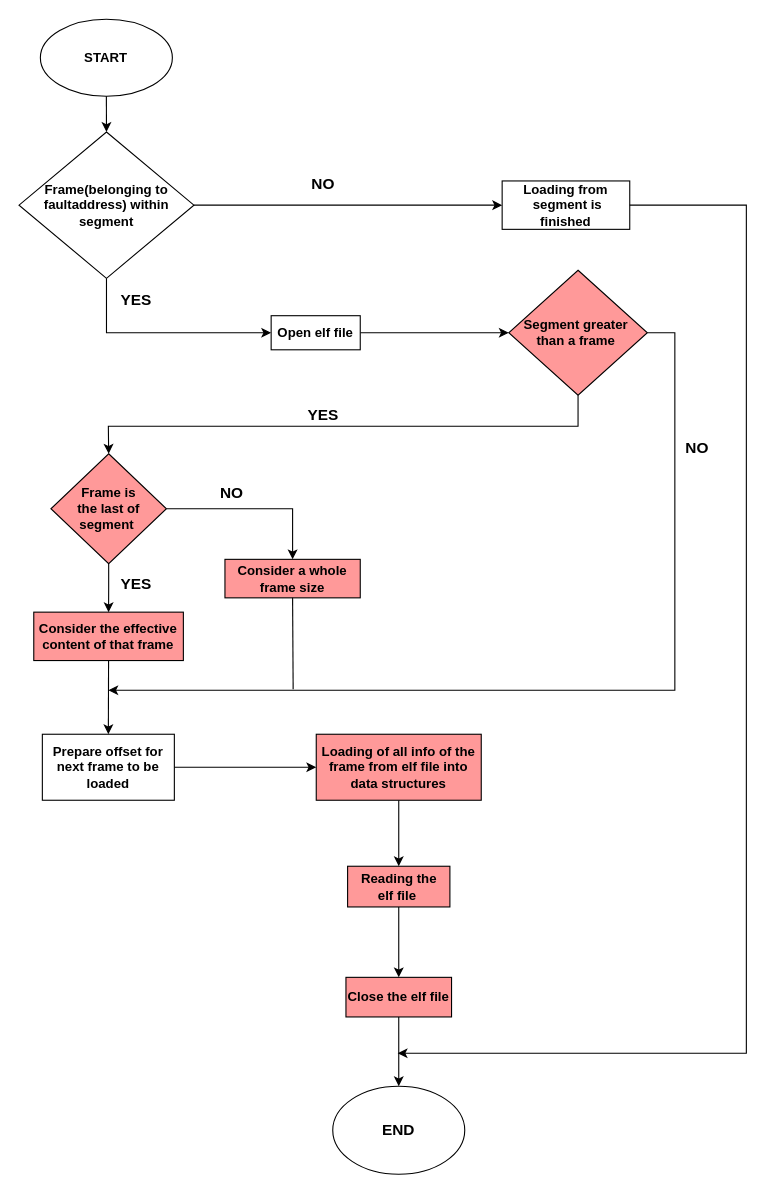
Before: page "Load ELF" (4 of 6) of Flow Charts.drawio in Davide619/OS161, a draw.io diagram. Source tidied: cells renumbered, new cells numbered last; positions are measured from the earlier drawing's top-left corner, leaving out a move shared by most shapes. Both pictures are drawn from the tidied source at 110%, with x=0, y=0 at pixel (19, 19).
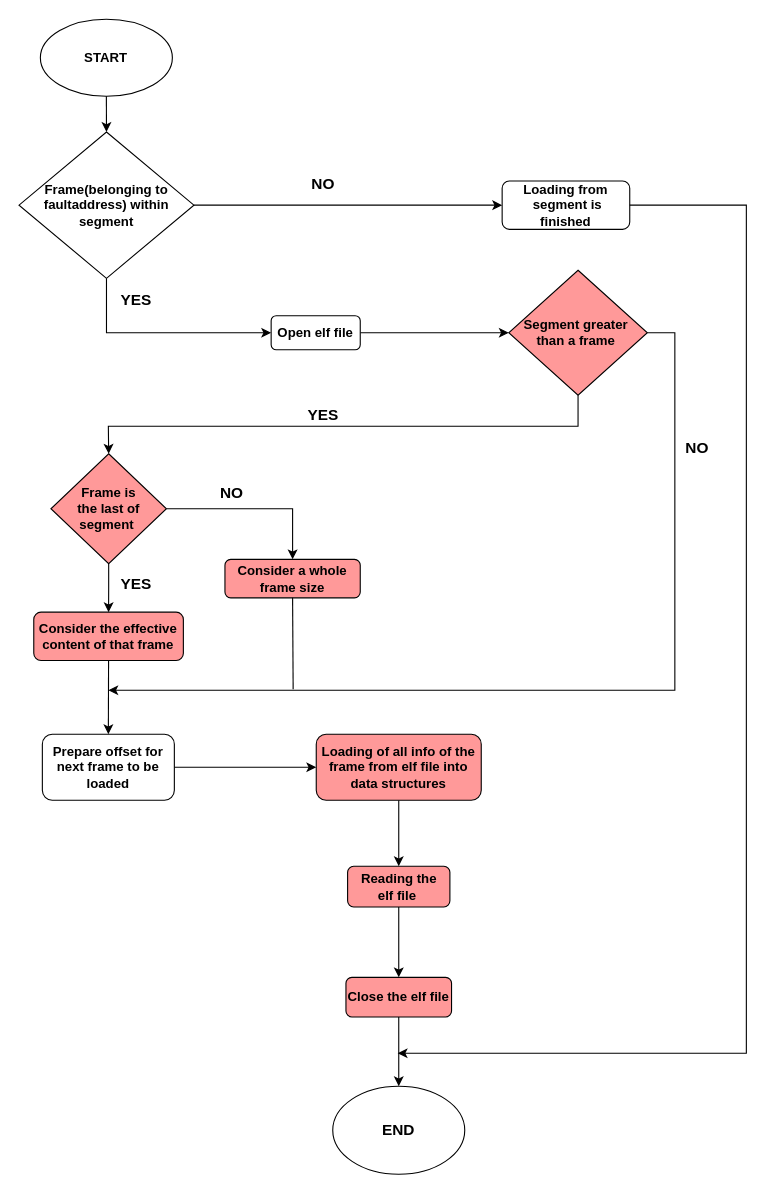
After the change.

What changed in the source:
```diff
@@
-    <mxCell id="3" value="&lt;div style=&quot;&quot;&gt;&lt;span style=&quot;background-color: initial;&quot;&gt;&lt;font style=&quot;font-size: 12px;&quot;&gt;&lt;b&gt;Loading from&lt;/b&gt;&lt;/font&gt;&lt;/span&gt;&lt;/div&gt;&lt;div style=&quot;&quot;&gt;&lt;span style=&quot;background-color: initial;&quot;&gt;&lt;font style=&quot;font-size: 12px;&quot;&gt;&lt;b&gt;&amp;nbsp;segment is finished&lt;/b&gt;&lt;/font&gt;&lt;/span&gt;&lt;/div&gt;" style="rounded=0;whiteSpace=wrap;html=1;align=center;" parent="1" vertex="1">
+    <mxCell id="3" value="&lt;div style=&quot;&quot;&gt;&lt;span style=&quot;background-color: initial;&quot;&gt;&lt;font style=&quot;font-size: 12px;&quot;&gt;&lt;b&gt;Loading from&lt;/b&gt;&lt;/font&gt;&lt;/span&gt;&lt;/div&gt;&lt;div style=&quot;&quot;&gt;&lt;span style=&quot;background-color: initial;&quot;&gt;&lt;font style=&quot;font-size: 12px;&quot;&gt;&lt;b&gt;&amp;nbsp;segment is finished&lt;/b&gt;&lt;/font&gt;&lt;/span&gt;&lt;/div&gt;" style="rounded=1;whiteSpace=wrap;html=1;align=center;" parent="1" vertex="1">
       <mxGeometry x="439" y="147" width="116" height="44" as="geometry" />
     </mxCell>
@@
-    <mxCell id="5" value="&lt;font style=&quot;font-size: 12px;&quot;&gt;&lt;b style=&quot;&quot;&gt;Open elf file&lt;/b&gt;&lt;/font&gt;" style="rounded=0;whiteSpace=wrap;html=1;" parent="1" vertex="1">
+    <mxCell id="5" value="&lt;font style=&quot;font-size: 12px;&quot;&gt;&lt;b style=&quot;&quot;&gt;Open elf file&lt;/b&gt;&lt;/font&gt;" style="rounded=1;whiteSpace=wrap;html=1;" parent="1" vertex="1">
       <mxGeometry x="229" y="269.5" width="81" height="31" as="geometry" />
     </mxCell>
@@
-    <mxCell id="15" value="&lt;b&gt;&lt;font style=&quot;font-size: 12px;&quot;&gt;Prepare offset for next frame to be loaded&lt;/font&gt;&lt;/b&gt;" style="rounded=0;whiteSpace=wrap;html=1;fontSize=10;fillColor=#FFFFFF;" parent="1" vertex="1">
+    <mxCell id="15" value="&lt;b&gt;&lt;font style=&quot;font-size: 12px;&quot;&gt;Prepare offset for next frame to be loaded&lt;/font&gt;&lt;/b&gt;" style="rounded=1;whiteSpace=wrap;html=1;fontSize=10;fillColor=#FFFFFF;" parent="1" vertex="1">
       <mxGeometry x="21" y="650" width="120" height="60" as="geometry" />
     </mxCell>
@@
-    <mxCell id="18" value="&lt;b&gt;&lt;font style=&quot;font-size: 12px;&quot;&gt;Loading of all info of the &lt;br&gt;frame from elf file into data structures&lt;/font&gt;&lt;/b&gt;" style="rounded=0;whiteSpace=wrap;html=1;fontSize=10;fillColor=#FF9999;" parent="1" vertex="1">
+    <mxCell id="18" value="&lt;b&gt;&lt;font style=&quot;font-size: 12px;&quot;&gt;Loading of all info of the &lt;br&gt;frame from elf file into data structures&lt;/font&gt;&lt;/b&gt;" style="rounded=1;whiteSpace=wrap;html=1;fontSize=10;fillColor=#FF9999;" parent="1" vertex="1">
       <mxGeometry x="270" y="650" width="150" height="60" as="geometry" />
     </mxCell>
@@
-    <mxCell id="20" value="&lt;b&gt;&lt;font style=&quot;font-size: 12px;&quot;&gt;Close the elf file&lt;/font&gt;&lt;br&gt;&lt;/b&gt;" style="rounded=0;whiteSpace=wrap;html=1;fontSize=10;fillColor=#FF9999;" parent="1" vertex="1">
+    <mxCell id="20" value="&lt;b&gt;&lt;font style=&quot;font-size: 12px;&quot;&gt;Close the elf file&lt;/font&gt;&lt;br&gt;&lt;/b&gt;" style="rounded=1;whiteSpace=wrap;html=1;fontSize=10;fillColor=#FF9999;" parent="1" vertex="1">
       <mxGeometry x="297" y="871" width="96" height="36" as="geometry" />
     </mxCell>
@@
-    <mxCell id="28" value="&lt;b&gt;Consider a whole frame size&lt;/b&gt;" style="rounded=0;whiteSpace=wrap;html=1;fillColor=#FF9999;" parent="1" vertex="1">
+    <mxCell id="28" value="&lt;b&gt;Consider a whole frame size&lt;/b&gt;" style="rounded=1;whiteSpace=wrap;html=1;fillColor=#FF9999;" parent="1" vertex="1">
       <mxGeometry x="187" y="491" width="123" height="35" as="geometry" />
     </mxCell>
@@
-    <mxCell id="30" value="&lt;b&gt;Consider the effective content of that frame&lt;/b&gt;" style="rounded=0;whiteSpace=wrap;html=1;fillColor=#FF9999;" parent="1" vertex="1">
+    <mxCell id="30" value="&lt;b&gt;Consider the effective content of that frame&lt;/b&gt;" style="rounded=1;whiteSpace=wrap;html=1;fillColor=#FF9999;" parent="1" vertex="1">
       <mxGeometry x="13.2" y="539" width="136" height="44" as="geometry" />
     </mxCell>
@@
-    <mxCell id="35" value="&lt;span style=&quot;border-color: var(--border-color);&quot;&gt;&lt;b&gt;&lt;font style=&quot;font-size: 12px;&quot;&gt;Reading the&lt;br style=&quot;border-color: var(--border-color);&quot;&gt;elf file&amp;nbsp;&lt;/font&gt;&lt;/b&gt;&lt;/span&gt;" style="whiteSpace=wrap;html=1;fontSize=10;fillColor=#FF9999;" parent="1" vertex="1">
+    <mxCell id="35" value="&lt;span style=&quot;border-color: var(--border-color);&quot;&gt;&lt;b&gt;&lt;font style=&quot;font-size: 12px;&quot;&gt;Reading the&lt;br style=&quot;border-color: var(--border-color);&quot;&gt;elf file&amp;nbsp;&lt;/font&gt;&lt;/b&gt;&lt;/span&gt;" style="rounded=1;whiteSpace=wrap;html=1;fontSize=10;fillColor=#FF9999;" parent="1" vertex="1">
       <mxGeometry x="298.5" y="770" width="93" height="37" as="geometry" />
     </mxCell>
```
